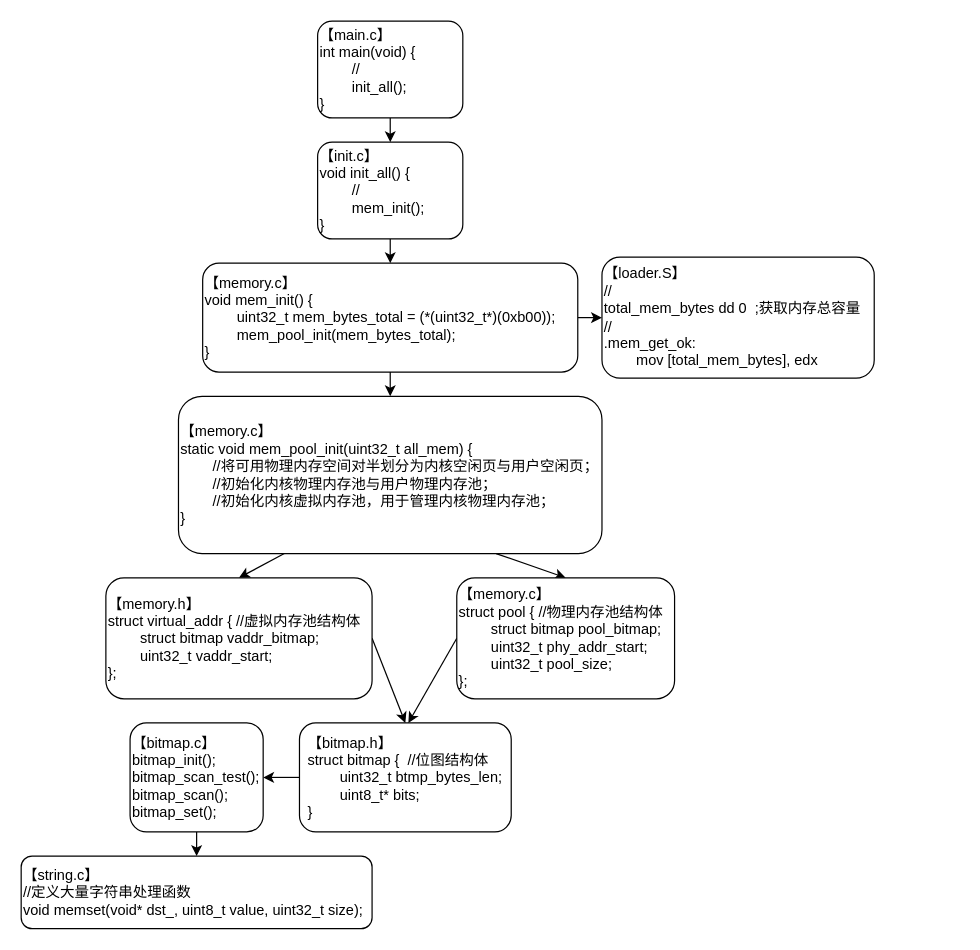
This is 流程图汇总/内存管理系统函数架构/内存管理系统初始化函数调用关系图.drawio from Yu-Xing-Hai/-HC-OS-, a draw.io file, before an edit. Source tidied: cells renumbered, new cells numbered last; positions are measured from the earlier drawing's top-left corner, leaving out a move shared by most shapes. Both pictures are drawn from the tidied source at 121%, with x=0, y=0 at pixel (21, 21).
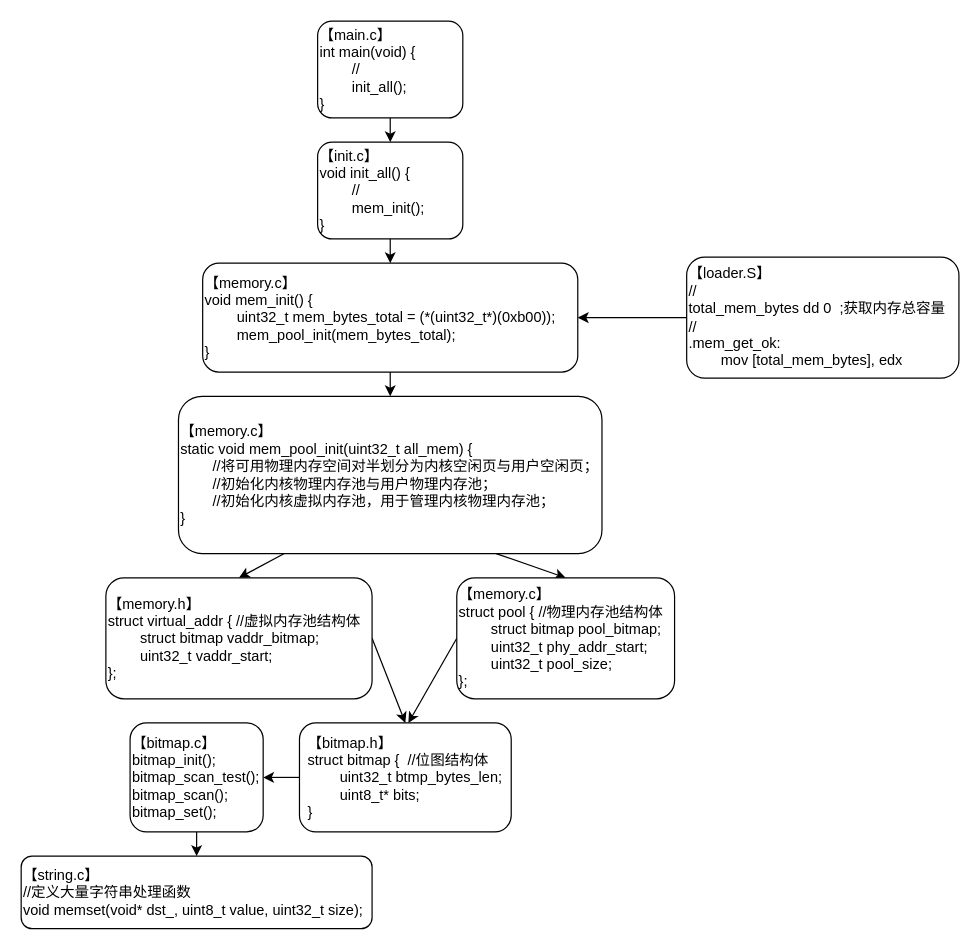
Above is the later version.

The change refers to these unchanged cells:
```xml
<mxCell id="8" value="【memory.c】&lt;br&gt;void mem_init() {&lt;br&gt;&lt;span style=&quot;white-space: pre;&quot;&gt;&#9;&lt;/span&gt;uint32_t mem_bytes_total = (*(uint32_t*)(0xb00));&lt;br&gt;&lt;span style=&quot;white-space: pre;&quot;&gt;&#9;&lt;/span&gt;mem_pool_init(mem_bytes_total);&lt;br&gt;}" style="rounded=1;whiteSpace=wrap;html=1;align=left;" parent="1" vertex="1">
  <mxGeometry x="150" y="200" width="310" height="90" as="geometry" />
</mxCell>
```

Diff of the diagram source:
```diff
@@
-<mxGraphModel>
+<mxGraphModel background="#FFFFFF">
@@
-    <mxCell id="6" style="edgeStyle=none;html=1;exitX=1;exitY=0.5;exitDx=0;exitDy=0;entryX=0;entryY=0.5;entryDx=0;entryDy=0;rounded=1;" parent="1" edge="1" source="8" target="9">
-      <mxGeometry relative="1" as="geometry" />
-    </mxCell>
@@
+    <mxCell id="22" style="edgeStyle=none;html=1;exitX=0;exitY=0.5;exitDx=0;exitDy=0;entryX=1;entryY=0.5;entryDx=0;entryDy=0;" parent="1" edge="1" source="9" target="8">
+      <mxGeometry relative="1" as="geometry" />
+    </mxCell>
     <mxCell id="9" value="【loader.S】&lt;br&gt;//&lt;br&gt;total_mem_bytes dd 0&amp;nbsp; ;获取内存总容量&lt;br&gt;//&lt;br&gt;.mem_get_ok:&lt;br&gt;&lt;span style=&quot;white-space: pre;&quot;&gt;&#9;&lt;/span&gt;mov [total_mem_bytes], edx" style="rounded=1;whiteSpace=wrap;html=1;align=left;" parent="1" vertex="1">
-      <mxGeometry x="480" y="195" width="225" height="100" as="geometry" />
+      <mxGeometry x="550" y="195" width="225" height="100" as="geometry" />
     </mxCell>
```
